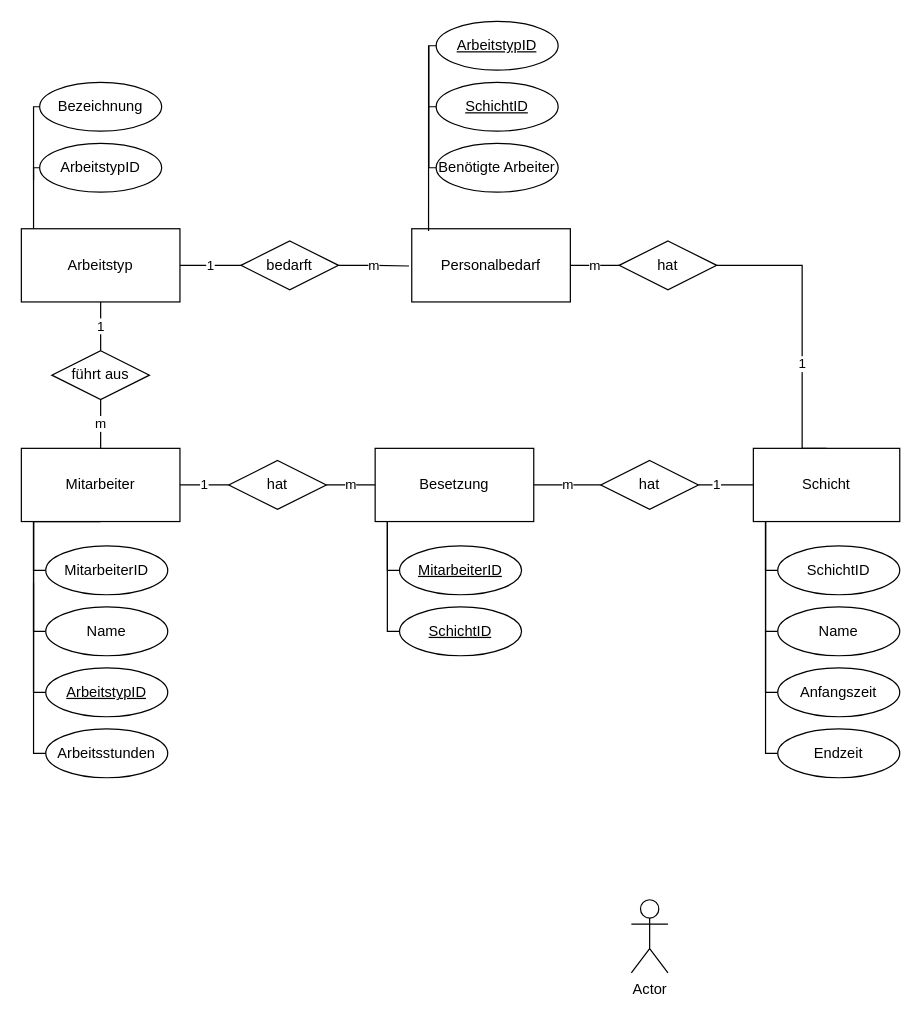
PaddedLilly/Projekt-Schwimmbad---Personalplanung keeps this draw.io diagram as Planungsdokumente/ER_Diagramm_Personalplanung.drawio. Above is the earlier version. Source tidied: cells renumbered, new cells numbered last; positions are measured from the earlier drawing's top-left corner, leaving out a move shared by most shapes. Both pictures are drawn from the tidied source at 122%, with x=0, y=0 at pixel (21, 21).
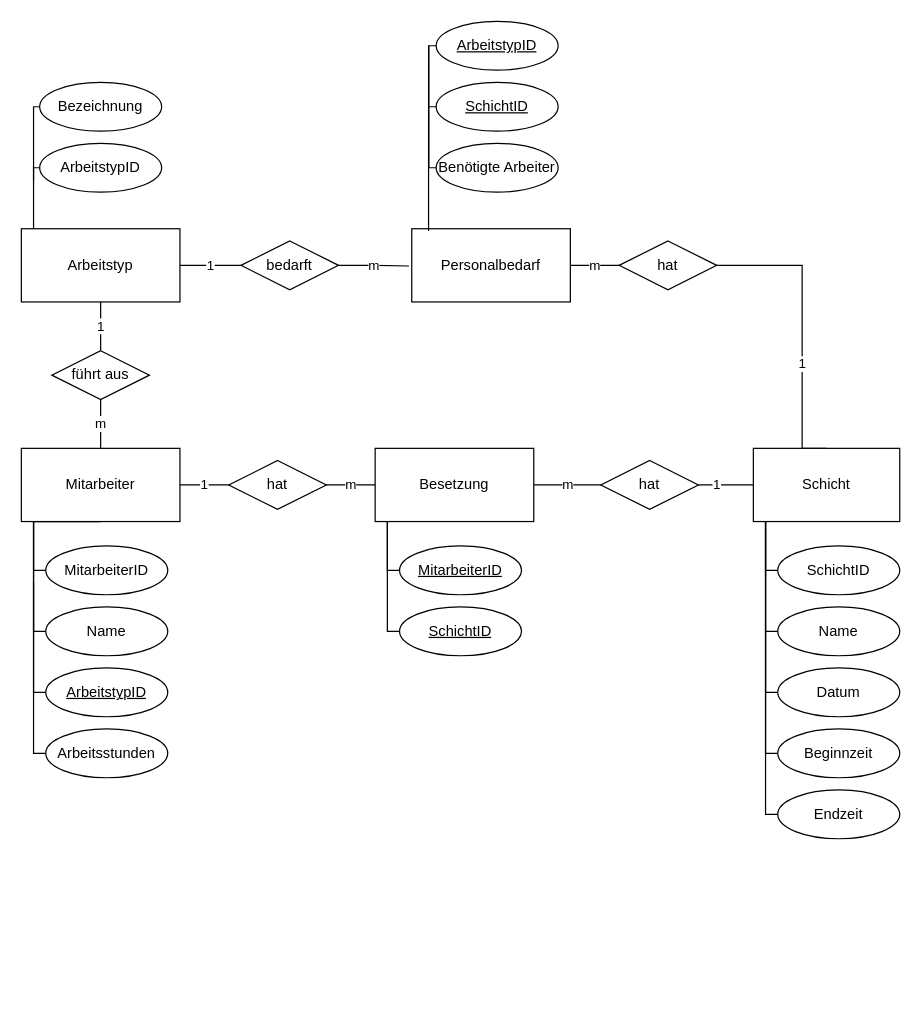
Above is the later version.

The edit, as a diff of the source:
```diff
@@
     <mxCell id="16" style="edgeStyle=orthogonalEdgeStyle;rounded=0;jettySize=auto;html=1;entryX=0;entryY=0.5;entryDx=0;entryDy=0;defaultLabelBackgroundColor=page;labelPadding=0 4;endArrow=none;endFill=0;" parent="1" edge="1" target="18">
       <mxGeometry x="-0.29" relative="1" as="geometry">
         <mxPoint x="610" y="410" as="sourcePoint" />
         <Array as="points">
-          <mxPoint x="610" y="550" />
+          <mxPoint x="610" y="600" />
         </Array>
       </mxGeometry>
     </mxCell>
@@
-    <mxCell id="18" value="Anfangszeit" style="ellipse;whiteSpace=wrap;html=1;shapeInside=1;" parent="1" vertex="1">
-      <mxGeometry x="620" y="530" width="100" height="40" as="geometry" />
+    <mxCell id="18" value="Beginnzeit" style="ellipse;whiteSpace=wrap;html=1;shapeInside=1;" parent="1" vertex="1">
+      <mxGeometry x="620" y="580" width="100" height="40" as="geometry" />
     </mxCell>
@@
-    <mxCell id="33" value="Actor" style="shape=umlActor;verticalLabelPosition=bottom;verticalAlign=top;html=1;labelPerimeter=1;" parent="1" vertex="1">
-      <mxGeometry x="500" y="720" width="30" height="60" as="geometry" />
-    </mxCell>
@@
     <mxCell id="36" style="edgeStyle=orthogonalEdgeStyle;rounded=0;jettySize=auto;html=1;entryX=0;entryY=0.5;entryDx=0;entryDy=0;defaultLabelBackgroundColor=page;labelPadding=0 4;endArrow=none;endFill=0;" parent="1" edge="1" target="37">
-      <mxGeometry x="0.17" relative="1" as="geometry">
+      <mxGeometry x="0.16" relative="1" as="geometry">
         <mxPoint x="610" y="500" as="sourcePoint" />
         <Array as="points">
-          <mxPoint x="610" y="600" />
+          <mxPoint x="610" y="650" />
         </Array>
       </mxGeometry>
     </mxCell>
     <mxCell id="37" value="Endzeit" style="ellipse;whiteSpace=wrap;html=1;shapeInside=1;" parent="1" vertex="1">
-      <mxGeometry x="620" y="580" width="100" height="40" as="geometry" />
+      <mxGeometry x="620" y="630" width="100" height="40" as="geometry" />
     </mxCell>
@@
+    <mxCell id="53" style="edgeStyle=orthogonalEdgeStyle;shape=connector;rounded=0;jettySize=auto;html=1;strokeColor=default;align=center;verticalAlign=middle;fontFamily=Helvetica;fontSize=11;fontColor=default;labelBackgroundColor=default;defaultLabelBackgroundColor=page;labelPadding=0 4;endArrow=none;endFill=0;" parent="1" edge="1" source="54">
+      <mxGeometry relative="1" as="geometry">
+        <mxPoint x="610" y="410" as="targetPoint" />
+        <Array as="points">
+          <mxPoint x="610" y="550" />
+        </Array>
+      </mxGeometry>
+    </mxCell>
+    <mxCell id="54" value="Datum" style="ellipse;whiteSpace=wrap;html=1;shapeInside=1;" parent="1" vertex="1">
+      <mxGeometry x="620" y="530" width="100" height="40" as="geometry" />
+    </mxCell>
```
